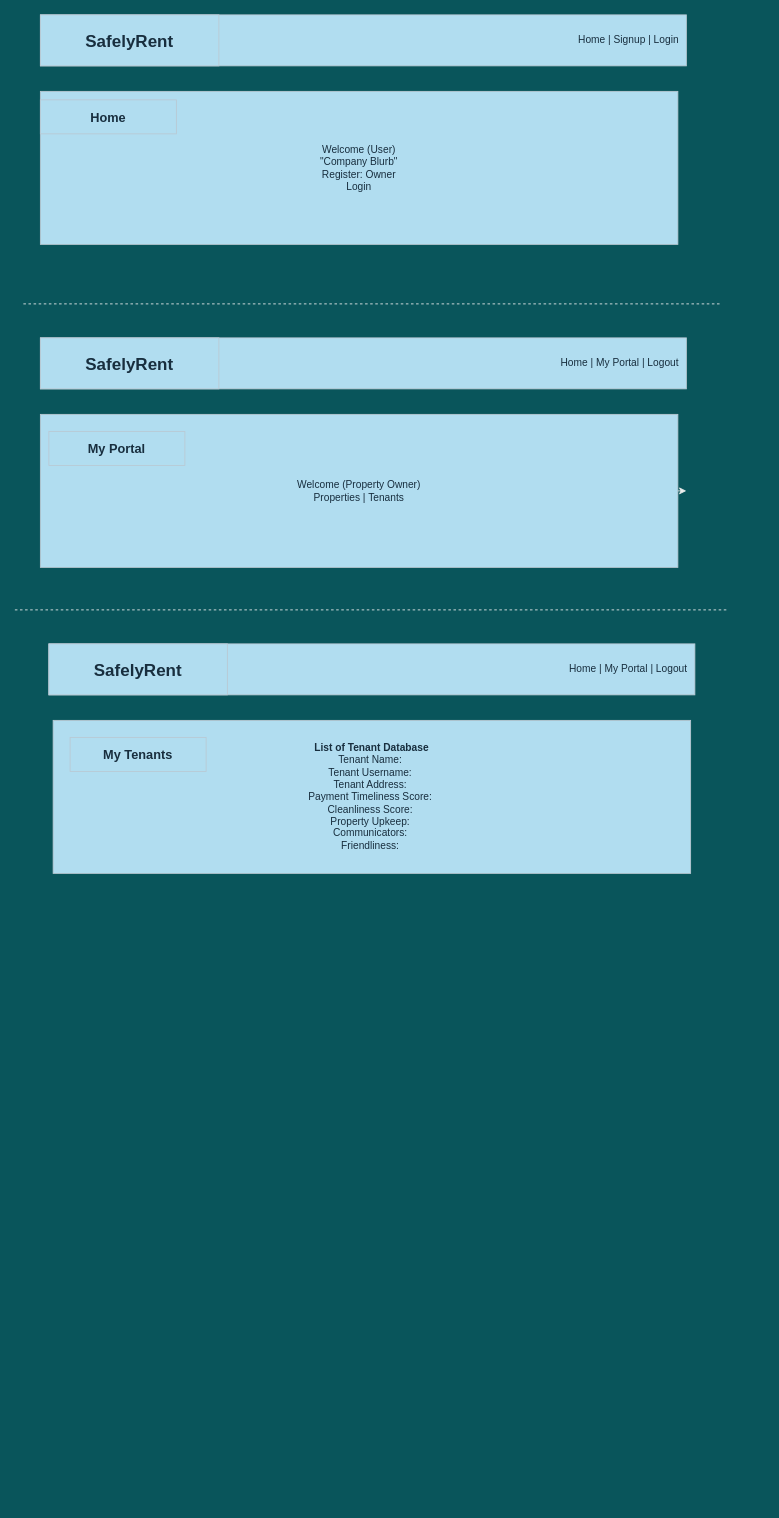
Earlier version of the draw.io diagram Untitled Diagram.drawio (johndolacjr/SafelyRent). Source tidied: cells renumbered, new cells numbered last; positions are measured from the earlier drawing's top-left corner, leaving out a move shared by most shapes. Both pictures are drawn from the tidied source at 85%, with x=0, y=0 at pixel (14, 14).
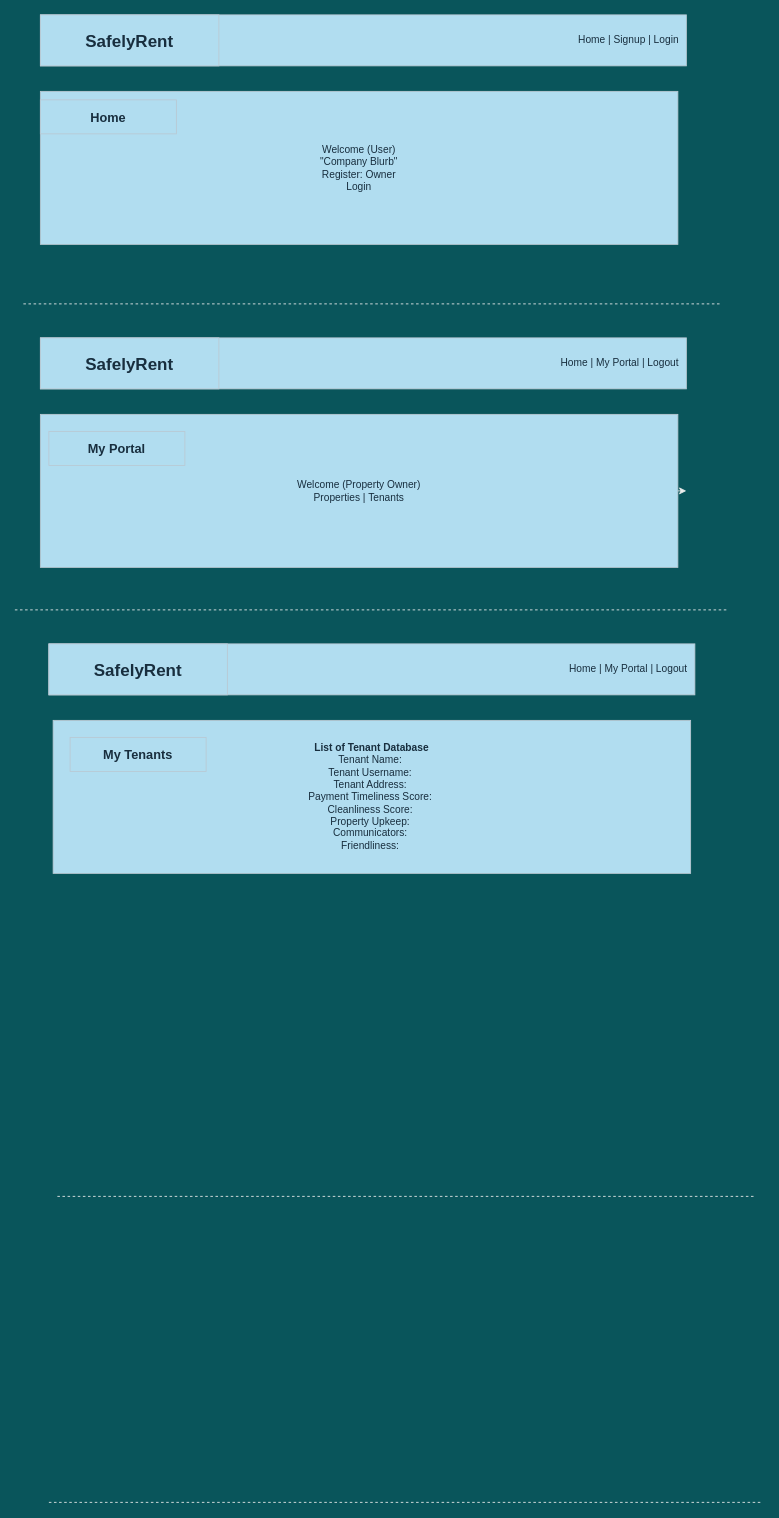
After the change.

Commit message:
Updated Tenant Section

Change to the diagram source:
```diff
@@
+    <mxCell id="17" style="endArrow=none;dashed=1;html=1;strokeColor=#EEEEEE;fontColor=#FFFFFF;" parent="1" edge="1">
+      <mxGeometry relative="1" as="geometry">
+        <mxPoint x="50" y="1390" as="sourcePoint" />
+        <mxPoint x="870" y="1390" as="targetPoint" />
+      </mxGeometry>
+    </mxCell>
+    <mxCell id="18" style="endArrow=none;dashed=1;html=1;strokeColor=#EEEEEE;fontSize=15;fontColor=#FFFFFF;" parent="1" edge="1">
+      <mxGeometry relative="1" as="geometry">
+        <mxPoint x="40" y="1750" as="sourcePoint" />
+        <mxPoint x="880" y="1750" as="targetPoint" />
+      </mxGeometry>
+    </mxCell>
```
